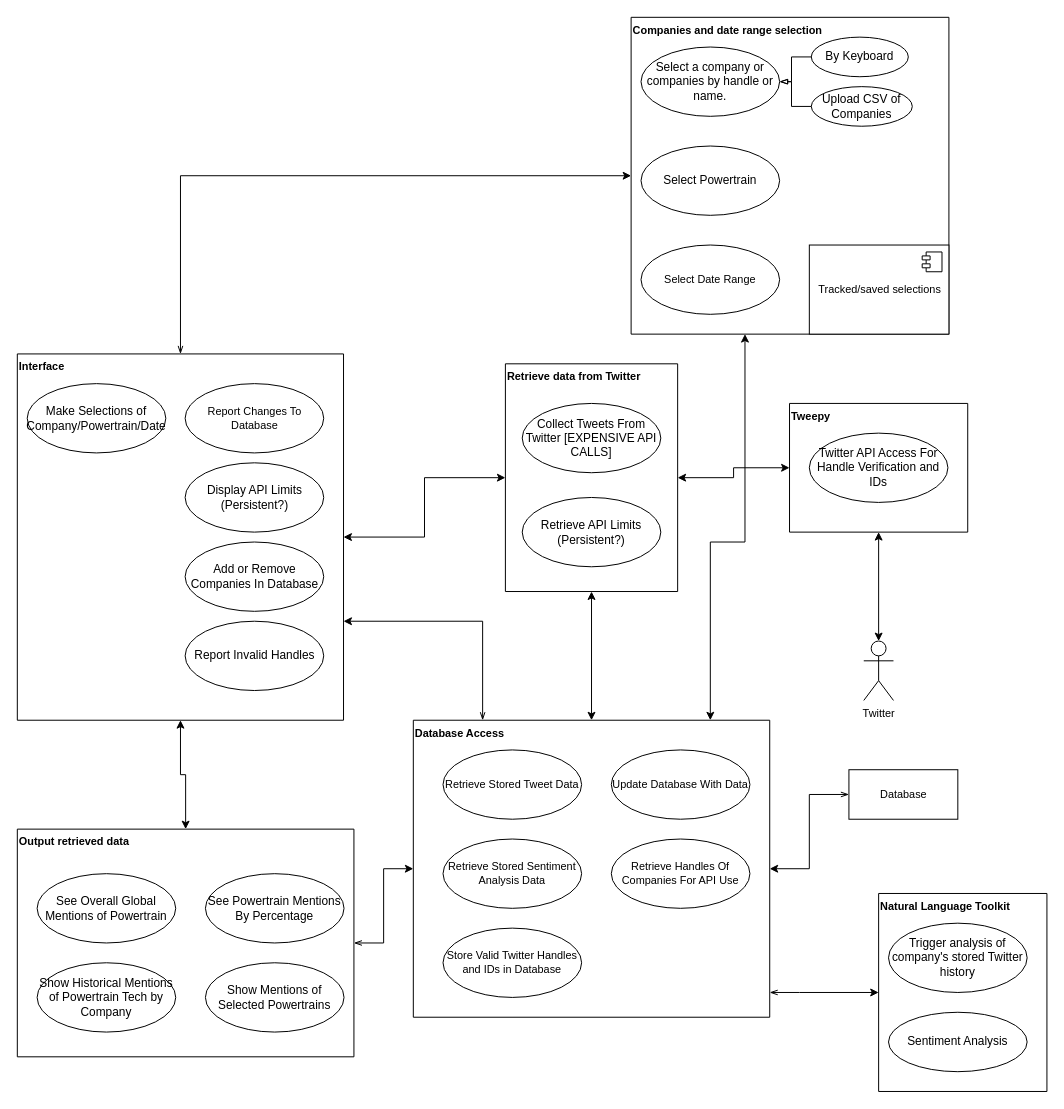
The draw.io diagram page "Page-1" (1 of 3) of uml/architecture.drawio in agarcia169/4306-Donaldson-Project, before the edit. Source tidied: cells renumbered, new cells numbered last; positions are measured from the earlier drawing's top-left corner, leaving out a move shared by most shapes. Both pictures are drawn from the tidied source at 99%, with x=0, y=0 at pixel (17, 17).
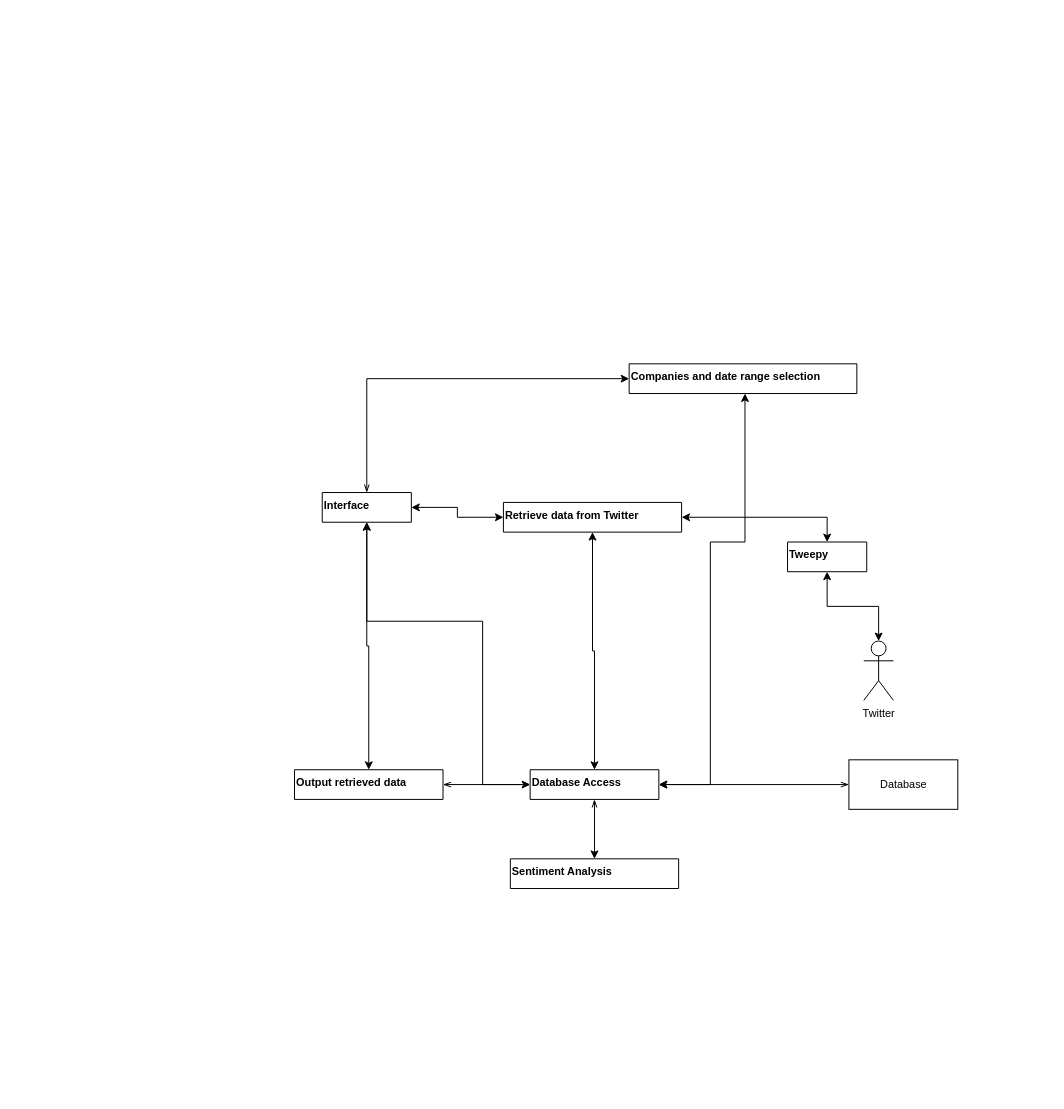
After the change.

Change to the diagram source:
```diff
@@
-    <mxCell id="3" value="Output retrieved data" style="swimlane;startSize=0;fontSize=11;verticalAlign=top;align=left;" parent="1" vertex="1">
-      <mxGeometry y="820" width="340" height="230" as="geometry" />
+    <mxCell id="3" value="Output retrieved data" style="swimlane;startSize=0;fontSize=11;verticalAlign=top;align=left;" parent="1" vertex="1" collapsed="1">
+      <mxGeometry x="280" y="760" width="150" height="30" as="geometry" />
     </mxCell>
-    <mxCell id="4" value="See Overall Global Mentions of Powertrain" style="ellipse;whiteSpace=wrap;html=1;" parent="3" vertex="1">
-      <mxGeometry x="20" y="45" width="140" height="70" as="geometry" />
-    </mxCell>
-    <mxCell id="5" value="Show Historical Mentions of Powertrain Tech by Company" style="ellipse;whiteSpace=wrap;html=1;" parent="3" vertex="1">
-      <mxGeometry x="20" y="135" width="140" height="70" as="geometry" />
-    </mxCell>
-    <mxCell id="6" value="Show Mentions of Selected Powertrains" style="ellipse;whiteSpace=wrap;html=1;" parent="3" vertex="1">
-      <mxGeometry x="190" y="135" width="140" height="70" as="geometry" />
-    </mxCell>
-    <mxCell id="7" value="See Powertrain Mentions By Percentage" style="ellipse;whiteSpace=wrap;html=1;" parent="3" vertex="1">
-      <mxGeometry x="190" y="45" width="140" height="70" as="geometry" />
-    </mxCell>
@@
-    <mxCell id="10" value="Retrieve data from Twitter" style="swimlane;startSize=0;fontSize=11;verticalAlign=top;align=left;" parent="1" vertex="1">
-      <mxGeometry x="493" y="350" width="174" height="230" as="geometry" />
+    <mxCell id="10" value="Retrieve data from Twitter" style="swimlane;startSize=0;fontSize=11;verticalAlign=top;align=left;" parent="1" vertex="1" collapsed="1">
+      <mxGeometry x="491" y="490" width="180" height="30" as="geometry" />
     </mxCell>
-    <mxCell id="11" value="&lt;div&gt;Collect Tweets From Twitter [EXPENSIVE API CALLS]&lt;/div&gt;" style="ellipse;whiteSpace=wrap;html=1;" parent="10" vertex="1">
-      <mxGeometry x="17" y="40" width="140" height="70" as="geometry" />
-    </mxCell>
-    <mxCell id="12" value="Retrieve API Limits (Persistent?)" style="ellipse;whiteSpace=wrap;html=1;" parent="10" vertex="1">
-      <mxGeometry x="17" y="135" width="140" height="70" as="geometry" />
-    </mxCell>
@@
-    <mxCell id="15" value="Companies and date range selection" style="swimlane;startSize=0;fontSize=11;verticalAlign=top;whiteSpace=wrap;align=left;" parent="1" vertex="1">
-      <mxGeometry x="620" width="321" height="320" as="geometry" />
+    <mxCell id="15" value="Companies and date range selection" style="swimlane;startSize=0;fontSize=11;verticalAlign=top;whiteSpace=wrap;align=left;" parent="1" vertex="1" collapsed="1">
+      <mxGeometry x="618" y="350" width="230" height="30" as="geometry" />
     </mxCell>
-    <mxCell id="16" value="Select a company or companies by handle or name." style="ellipse;whiteSpace=wrap;html=1;" parent="15" vertex="1">
-      <mxGeometry x="10" y="30" width="140" height="70" as="geometry" />
-    </mxCell>
-    <mxCell id="17" value="By Keyboard" style="ellipse;whiteSpace=wrap;html=1;" parent="15" vertex="1">
-      <mxGeometry x="182" y="20" width="98" height="40" as="geometry" />
-    </mxCell>
-    <mxCell id="18" style="edgeStyle=orthogonalEdgeStyle;rounded=0;jettySize=auto;html=1;fontSize=11;endArrow=blockThin;endFill=0;" parent="15" edge="1" source="17" target="16">
-      <mxGeometry relative="1" as="geometry" />
-    </mxCell>
-    <mxCell id="19" value="Upload CSV of Companies" style="ellipse;whiteSpace=wrap;html=1;" parent="15" vertex="1">
-      <mxGeometry x="182" y="70" width="102" height="40" as="geometry" />
-    </mxCell>
-    <mxCell id="20" style="edgeStyle=orthogonalEdgeStyle;rounded=0;jettySize=auto;html=1;fontSize=11;endArrow=blockThin;endFill=0;" parent="15" edge="1" source="19" target="16">
-      <mxGeometry relative="1" as="geometry" />
-    </mxCell>
-    <mxCell id="21" value="Select Date Range" style="ellipse;whiteSpace=wrap;html=1;fontSize=11;" parent="15" vertex="1">
-      <mxGeometry x="10" y="230" width="140" height="70" as="geometry" />
-    </mxCell>
-    <mxCell id="22" value="Select Powertrain" style="ellipse;whiteSpace=wrap;html=1;" parent="15" vertex="1">
-      <mxGeometry x="10" y="130" width="140" height="70" as="geometry" />
-    </mxCell>
-    <mxCell id="23" value="&lt;div&gt;Tracked/saved selections&lt;/div&gt;" style="html=1;fontSize=11;" parent="15" vertex="1">
-      <mxGeometry x="180" y="230" width="141" height="90" as="geometry" />
-    </mxCell>
-    <mxCell id="24" style="shape=module;jettyWidth=8;jettyHeight=4;fontSize=11;" parent="23" vertex="1">
-      <mxGeometry x="1" width="20" height="20" relative="1" as="geometry">
-        <mxPoint x="-27" y="7" as="offset" />
-      </mxGeometry>
-    </mxCell>
     <mxCell id="25" style="edgeStyle=orthogonalEdgeStyle;rounded=0;jettySize=auto;html=1;fontSize=11;startArrow=classic;startFill=1;endArrow=openThin;endFill=0;" parent="1" edge="1" source="26" target="31">
-      <mxGeometry relative="1" as="geometry">
-        <Array as="points">
-          <mxPoint x="790" y="985" />
-          <mxPoint x="790" y="985" />
-        </Array>
-      </mxGeometry>
+      <mxGeometry relative="1" as="geometry" />
     </mxCell>
-    <mxCell id="26" value="Natural Language Toolkit" style="swimlane;startSize=0;fontSize=11;align=left;verticalAlign=top;" parent="1" vertex="1">
-      <mxGeometry x="870" y="885" width="170" height="200" as="geometry" />
+    <mxCell id="26" value="Sentiment Analysis" style="swimlane;startSize=0;fontSize=11;align=left;verticalAlign=top;" parent="1" vertex="1" collapsed="1">
+      <mxGeometry x="498" y="850" width="170" height="30" as="geometry" />
     </mxCell>
-    <mxCell id="27" value="Trigger analysis of company's stored Twitter history" style="ellipse;whiteSpace=wrap;html=1;" parent="26" vertex="1">
-      <mxGeometry x="10" y="30" width="140" height="70" as="geometry" />
-    </mxCell>
-    <mxCell id="28" value="Sentiment Analysis" style="ellipse;whiteSpace=wrap;html=1;" parent="26" vertex="1">
-      <mxGeometry x="10" y="120" width="140" height="60" as="geometry" />
-    </mxCell>
@@
-    <mxCell id="31" value="Database Access" style="swimlane;startSize=0;fontSize=11;verticalAlign=top;align=left;" parent="1" vertex="1">
-      <mxGeometry x="400" y="710" width="360" height="300" as="geometry" />
+    <mxCell id="31" value="Database Access" style="swimlane;startSize=0;fontSize=11;verticalAlign=top;align=left;" parent="1" vertex="1" collapsed="1">
+      <mxGeometry x="518" y="760" width="130" height="30" as="geometry" />
     </mxCell>
-    <mxCell id="32" value="Retrieve Stored Tweet Data" style="ellipse;whiteSpace=wrap;html=1;fontSize=11;" parent="31" vertex="1">
-      <mxGeometry x="30" y="30" width="140" height="70" as="geometry" />
-    </mxCell>
-    <mxCell id="33" value="Retrieve Stored Sentiment Analysis Data" style="ellipse;whiteSpace=wrap;html=1;fontSize=11;" parent="31" vertex="1">
-      <mxGeometry x="30" y="120" width="140" height="70" as="geometry" />
-    </mxCell>
-    <mxCell id="34" value="Store Valid Twitter Handles and IDs in Database" style="ellipse;whiteSpace=wrap;html=1;fontSize=11;" parent="31" vertex="1">
-      <mxGeometry x="30" y="210" width="140" height="70" as="geometry" />
-    </mxCell>
-    <mxCell id="35" value="Retrieve Handles Of Companies For API Use" style="ellipse;whiteSpace=wrap;html=1;fontSize=11;" parent="31" vertex="1">
-      <mxGeometry x="200" y="120" width="140" height="70" as="geometry" />
-    </mxCell>
-    <mxCell id="36" value="Update Database With Data" style="ellipse;whiteSpace=wrap;html=1;fontSize=11;" parent="31" vertex="1">
-      <mxGeometry x="200" y="30" width="140" height="70" as="geometry" />
-    </mxCell>
@@
-    <mxCell id="39" value="Tweepy" style="swimlane;startSize=0;fontSize=11;verticalAlign=top;align=left;" parent="1" vertex="1">
-      <mxGeometry x="780" y="390" width="180" height="130" as="geometry" />
+    <mxCell id="39" value="Tweepy" style="swimlane;startSize=0;fontSize=11;verticalAlign=top;align=left;" parent="1" vertex="1" collapsed="1">
+      <mxGeometry x="778" y="530" width="80" height="30" as="geometry" />
     </mxCell>
-    <mxCell id="40" value="Twitter API Access For Handle Verification and IDs" style="ellipse;whiteSpace=wrap;html=1;" parent="39" vertex="1">
-      <mxGeometry x="20" y="30" width="140" height="70" as="geometry" />
-    </mxCell>
     <mxCell id="41" value="Database" style="html=1;fontSize=11;" parent="1" vertex="1">
-      <mxGeometry x="840" y="760" width="110" height="50" as="geometry" />
+      <mxGeometry x="840" y="750" width="110" height="50" as="geometry" />
     </mxCell>
-    <mxCell id="42" value="Interface" style="swimlane;startSize=0;fontSize=11;verticalAlign=top;align=left;" parent="1" vertex="1">
-      <mxGeometry y="340" width="329.5" height="370" as="geometry" />
+    <mxCell id="42" value="Interface" style="swimlane;startSize=0;fontSize=11;verticalAlign=top;align=left;" parent="1" vertex="1" collapsed="1">
+      <mxGeometry x="308" y="480" width="90" height="30" as="geometry" />
     </mxCell>
-    <mxCell id="43" value="Report Changes To Database" style="ellipse;whiteSpace=wrap;html=1;fontSize=11;" parent="42" vertex="1">
-      <mxGeometry x="169.5" y="30" width="140" height="70" as="geometry" />
-    </mxCell>
-    <mxCell id="44" value="Report Invalid Handles" style="ellipse;whiteSpace=wrap;html=1;" parent="42" vertex="1">
-      <mxGeometry x="169.5" y="270" width="140" height="70" as="geometry" />
-    </mxCell>
-    <mxCell id="45" value="Display API Limits (Persistent?)" style="ellipse;whiteSpace=wrap;html=1;" parent="42" vertex="1">
-      <mxGeometry x="169.5" y="110" width="140" height="70" as="geometry" />
-    </mxCell>
-    <mxCell id="46" value="Add or Remove Companies In Database" style="ellipse;whiteSpace=wrap;html=1;" parent="42" vertex="1">
-      <mxGeometry x="169.5" y="190" width="140" height="70" as="geometry" />
-    </mxCell>
-    <mxCell id="47" value="Make Selections of Company/Powertrain/Date" style="ellipse;whiteSpace=wrap;html=1;" parent="42" vertex="1">
-      <mxGeometry x="10" y="30" width="140" height="70" as="geometry" />
-    </mxCell>
```
